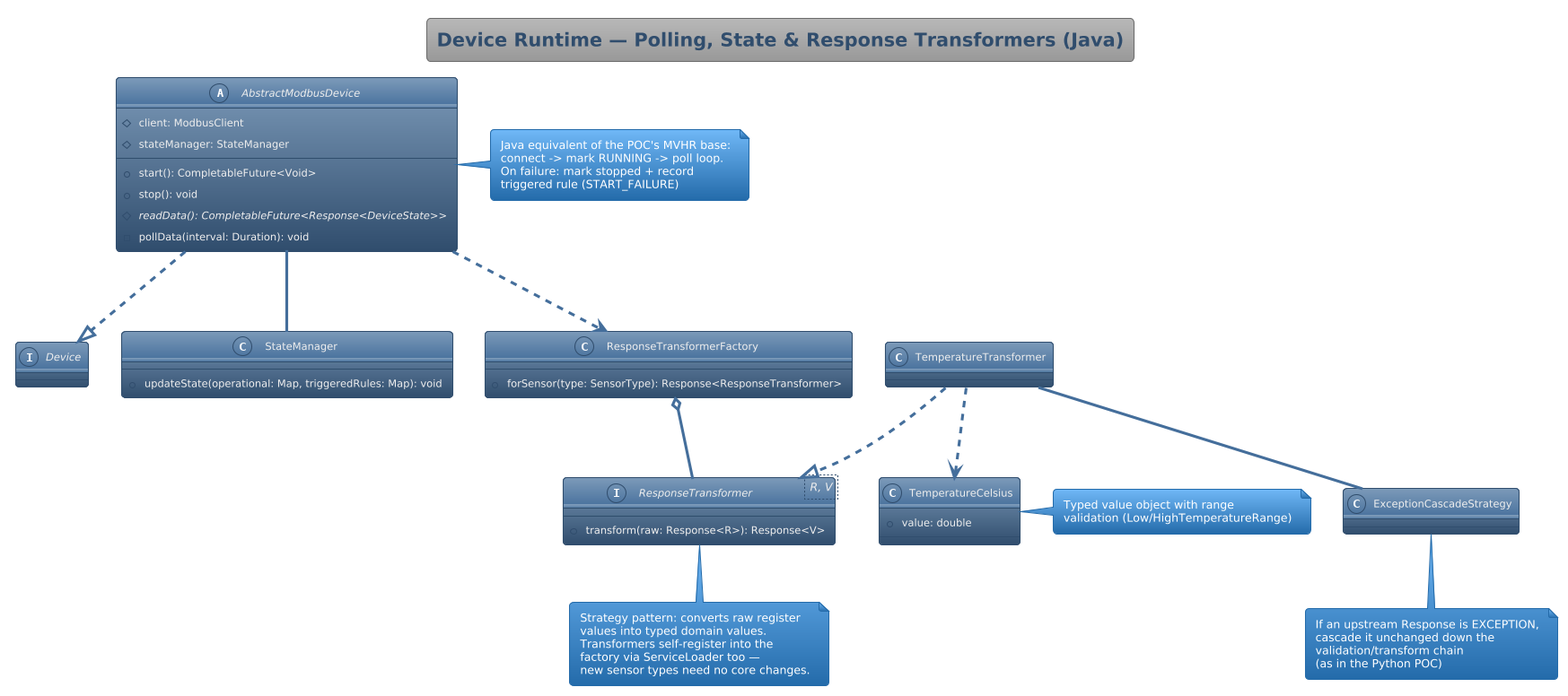
The PlantUML diagram designs/03 Device Runtime and Transformers.png in OODesigns/modbus-abstraction-layer, before a commit. Its diagram source:
```plantuml
@startuml
!theme spacelab

title Device Runtime — Polling, State & Response Transformers (Java)

abstract class AbstractModbusDevice {
  #client: ModbusClient
  #stateManager: StateManager
  +start(): CompletableFuture<Void>
  +stop(): void
  #{abstract} readData(): CompletableFuture<Response<DeviceState>>
  -pollData(interval: Duration): void
}
note right of AbstractModbusDevice
  Java equivalent of the POC's MVHR base:
  connect -> mark RUNNING -> poll loop.
  On failure: mark stopped + record
  triggered rule (START_FAILURE)
end note

interface Device {}
class StateManager {
  +updateState(operational: Map, triggeredRules: Map): void
}

interface ResponseTransformer<R, V> {
  +transform(raw: Response<R>): Response<V>
}
note bottom of ResponseTransformer
  Strategy pattern: converts raw register
  values into typed domain values.
  Transformers self-register into the
  factory via ServiceLoader too —
  new sensor types need no core changes.
end note

class ResponseTransformerFactory {
  +forSensor(type: SensorType): Response<ResponseTransformer>
}

class TemperatureTransformer {}
class TemperatureCelsius {
  +value: double
}
note right of TemperatureCelsius
  Typed value object with range
  validation (Low/HighTemperatureRange)
end note

class ExceptionCascadeStrategy {}
note bottom of ExceptionCascadeStrategy
  If an upstream Response is EXCEPTION,
  cascade it unchanged down the
  validation/transform chain
  (as in the Python POC)
end note

AbstractModbusDevice ..|> Device
AbstractModbusDevice -- StateManager
AbstractModbusDevice ..> ResponseTransformerFactory : gets transformer from
ResponseTransformerFactory o-- ResponseTransformer : discovers via ServiceLoader
TemperatureTransformer ..|> ResponseTransformer
TemperatureTransformer ..> TemperatureCelsius : produces
TemperatureTransformer -- ExceptionCascadeStrategy

@enduml
```
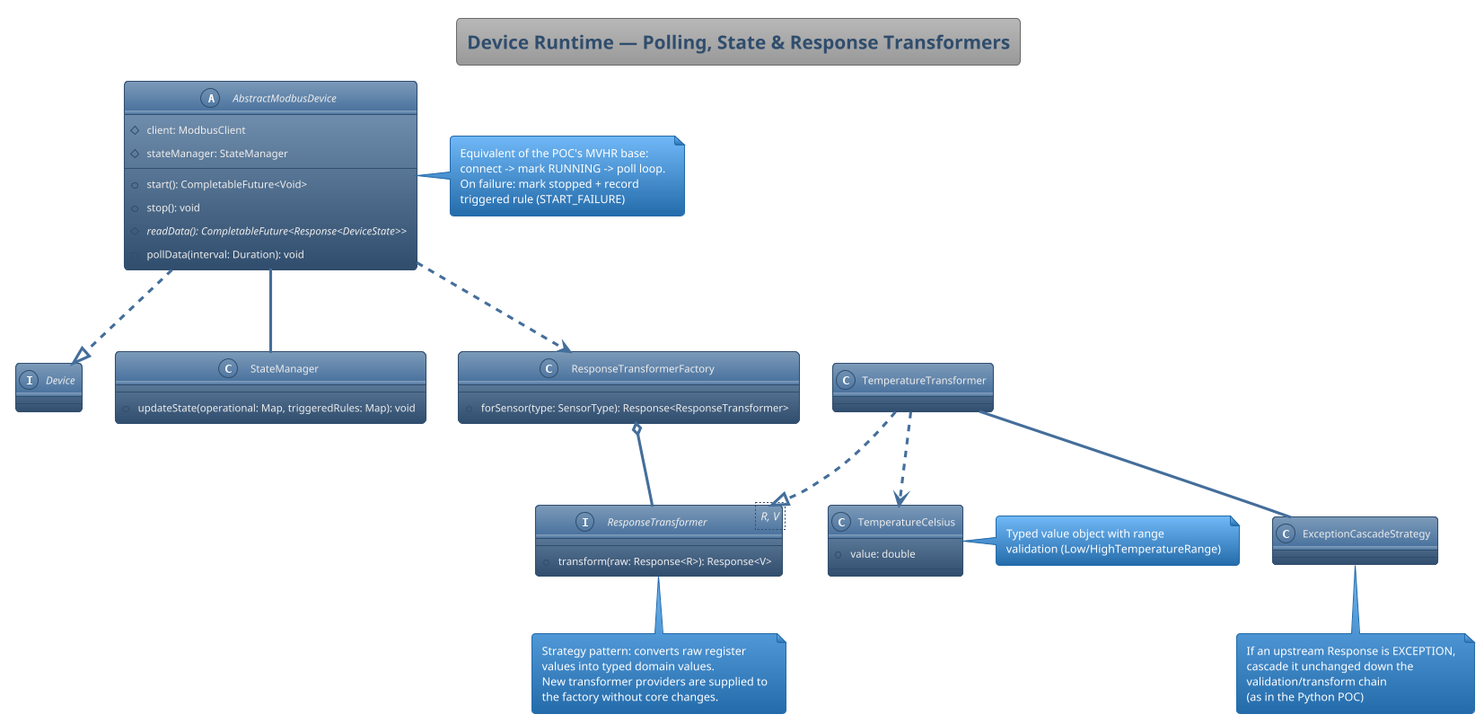
Later version of the same file.

Commit message:
docs: make provider design implementation-neutral

Change to the diagram source:
```diff
@@ -1,7 +1,7 @@
 @startuml
 !theme spacelab
 
-title Device Runtime — Polling, State & Response Transformers (Java)
+title Device Runtime — Polling, State & Response Transformers
 
 abstract class AbstractModbusDevice {
   #client: ModbusClient
@@ -12,7 +12,7 @@
   -pollData(interval: Duration): void
 }
 note right of AbstractModbusDevice
-  Java equivalent of the POC's MVHR base:
+  Equivalent of the POC's MVHR base:
   connect -> mark RUNNING -> poll loop.
   On failure: mark stopped + record
   triggered rule (START_FAILURE)
@@ -29,9 +29,8 @@
 note bottom of ResponseTransformer
   Strategy pattern: converts raw register
   values into typed domain values.
-  Transformers self-register into the
-  factory via ServiceLoader too —
-  new sensor types need no core changes.
+  New transformer providers are supplied to
+  the factory without core changes.
 end note
 
 class ResponseTransformerFactory {
@@ -58,7 +57,7 @@
 AbstractModbusDevice ..|> Device
 AbstractModbusDevice -- StateManager
 AbstractModbusDevice ..> ResponseTransformerFactory : gets transformer from
-ResponseTransformerFactory o-- ResponseTransformer : discovers via ServiceLoader
+ResponseTransformerFactory o-- ResponseTransformer : resolves from provider catalog
 TemperatureTransformer ..|> ResponseTransformer
 TemperatureTransformer ..> TemperatureCelsius : produces
 TemperatureTransformer -- ExceptionCascadeStrategy
```
